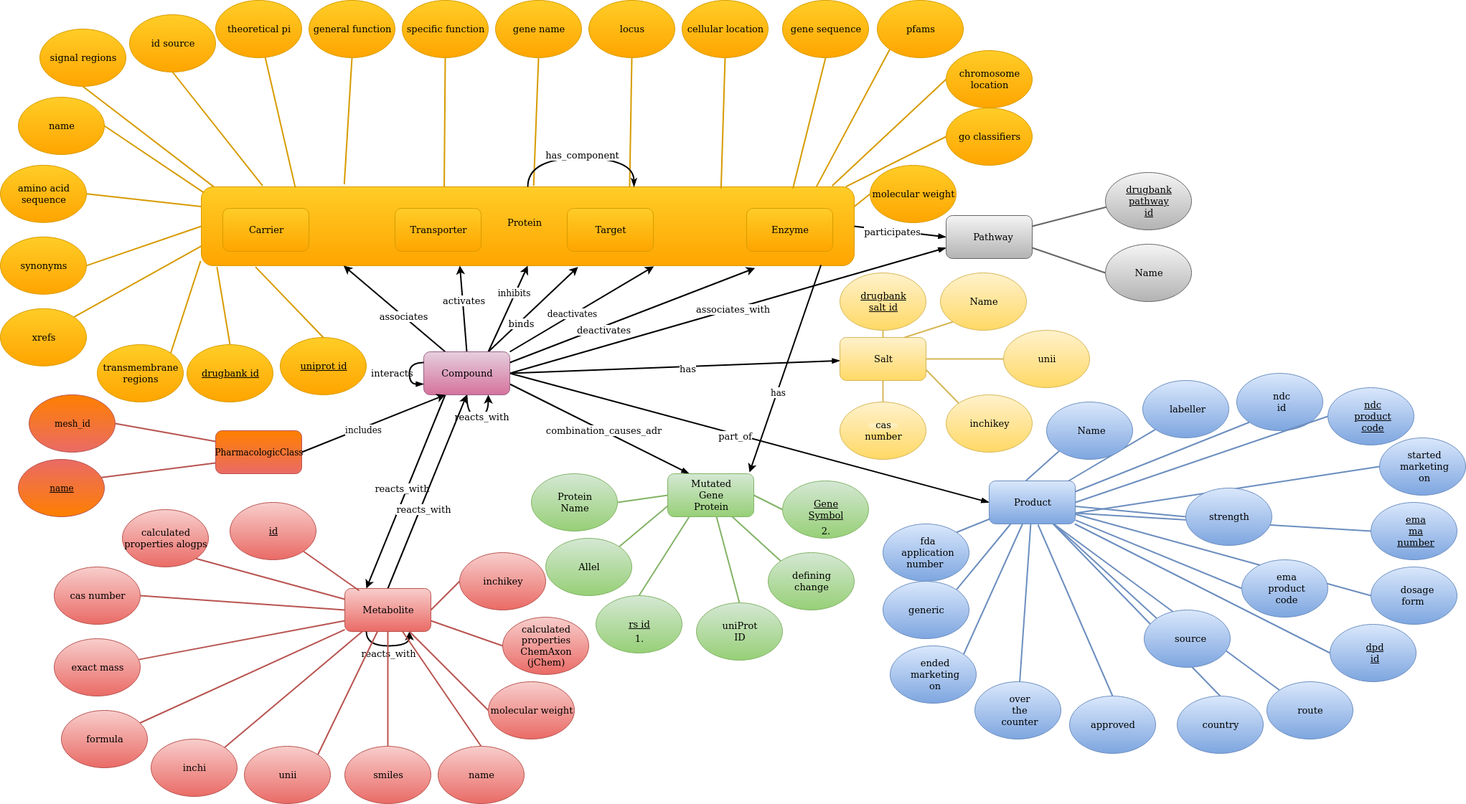
This is drugbank_er_new.png from ckoenigs/DrugBank_to_Neo4j, a draw.io export, as it was before one commit. Source tidied: cells renumbered, new cells last; positions are measured from the earlier drawing's top-left corner, leaving out a move shared by most shapes.
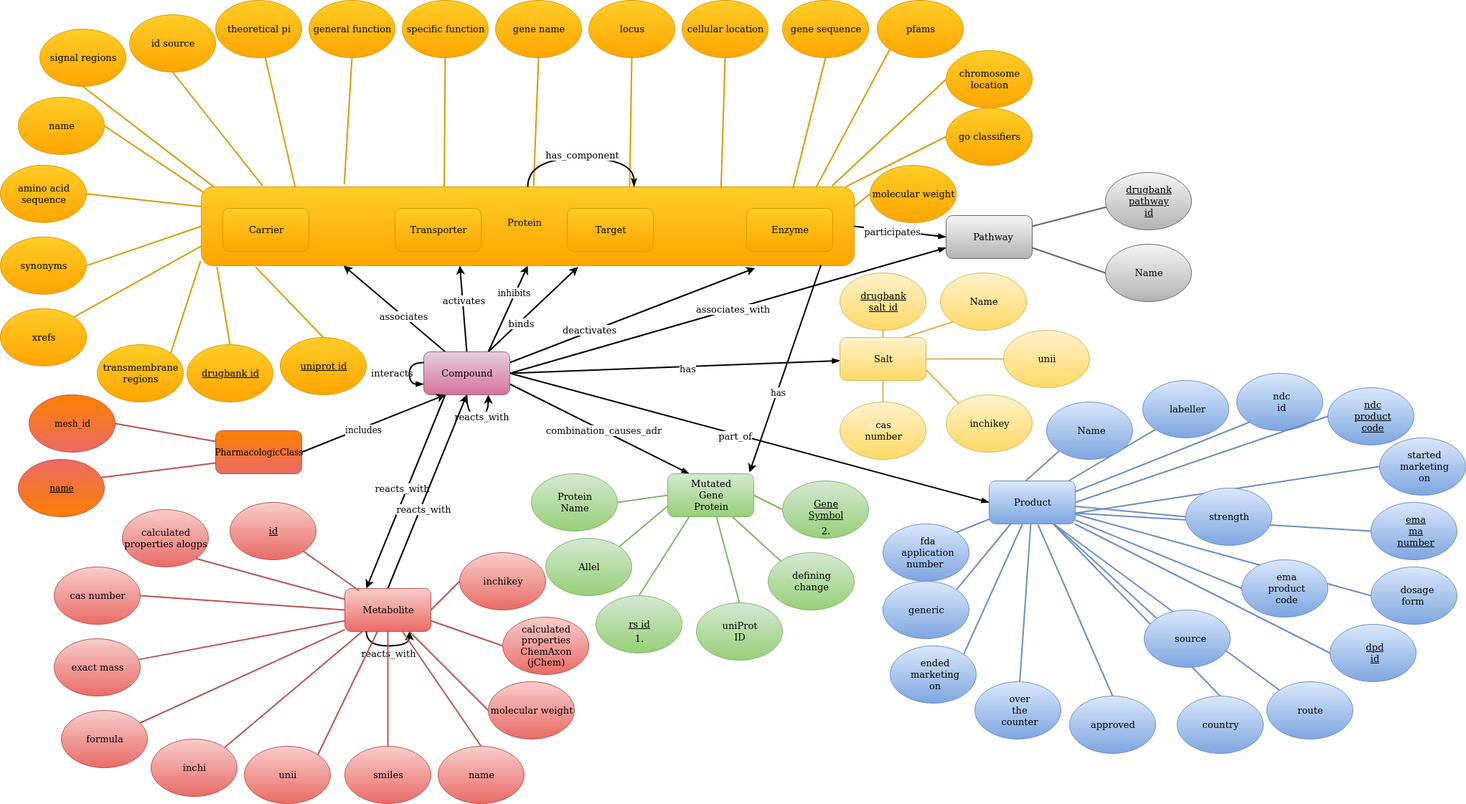
The same file after the commit.

What changed in the source:
```diff
@@ -48,7 +48,9 @@
       <mxGeometry relative="1" as="geometry" />
     </mxCell>
     <mxCell id="14" value="deactivates" style="text;html=1;align=center;verticalAlign=middle;labelBackgroundColor=#ffffff;fontSize=13;" parent="13" vertex="1">
-      <mxGeometry x="-0.25" y="-4" relative="1" as="geometry" />
+      <mxGeometry x="-0.25" y="-4" relative="1" as="geometry">
+        <mxPoint x="-20.2" as="offset" />
+      </mxGeometry>
     </mxCell>
     <mxCell id="15" style="rounded=0;html=1;exitX=1;exitY=0.5;startArrow=none;startFill=0;endArrow=blockThin;endFill=1;jettySize=auto;strokeColor=#000000;strokeWidth=2;fontSize=13;" parent="1" edge="1" source="27" target="45">
       <mxGeometry relative="1" as="geometry" />
@@ -86,12 +88,6 @@
         <mxPoint y="-1" as="offset" />
       </mxGeometry>
     </mxCell>
-    <mxCell id="25" style="rounded=0;jettySize=auto;html=1;exitX=1;exitY=0;exitDx=0;exitDy=0;entryX=0.693;entryY=1.009;entryDx=0;entryDy=0;entryPerimeter=0;strokeWidth=2;" parent="1" edge="1" source="27" target="2">
-      <mxGeometry relative="1" as="geometry" />
-    </mxCell>
-    <mxCell id="26" value="deactivates" style="text;html=1;align=center;verticalAlign=middle;labelBackgroundColor=#ffffff;" parent="25" vertex="1">
-      <mxGeometry x="-0.12" y="2" relative="1" as="geometry" />
-    </mxCell>
     <mxCell id="27" style="rounded=1;whiteSpace=wrap;html=1;strokeColor=#996185;fillColor=#e6d0de;fontSize=13;gradientColor=#d5739d;" parent="1" vertex="1">
       <mxGeometry x="590" y="490" width="120" height="60" as="geometry" />
     </mxCell>
```
